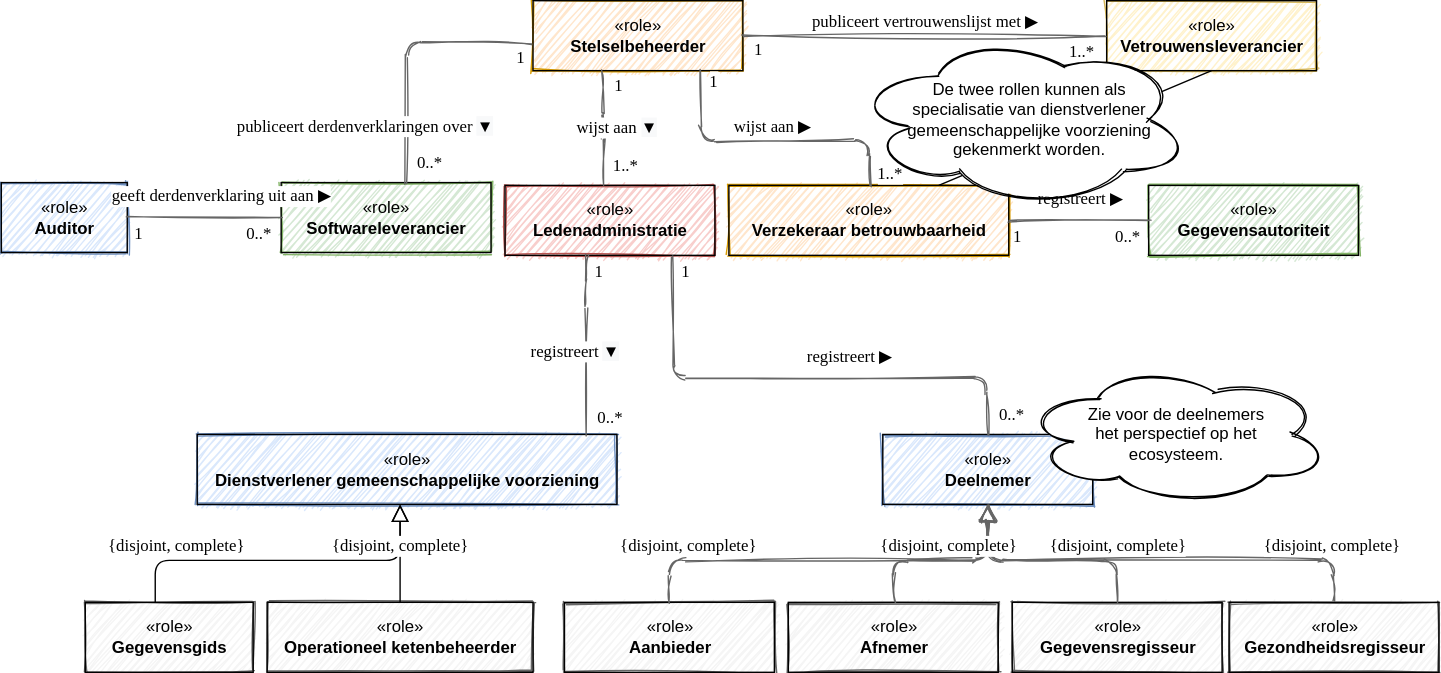
dizra/docs keeps this draw.io diagram as .gitbook/assets/actorcoherence.svg. Above is the earlier version. Source tidied: cells renumbered, new cells last; positions are measured from the earlier drawing's top-left corner, leaving out a move shared by most shapes.
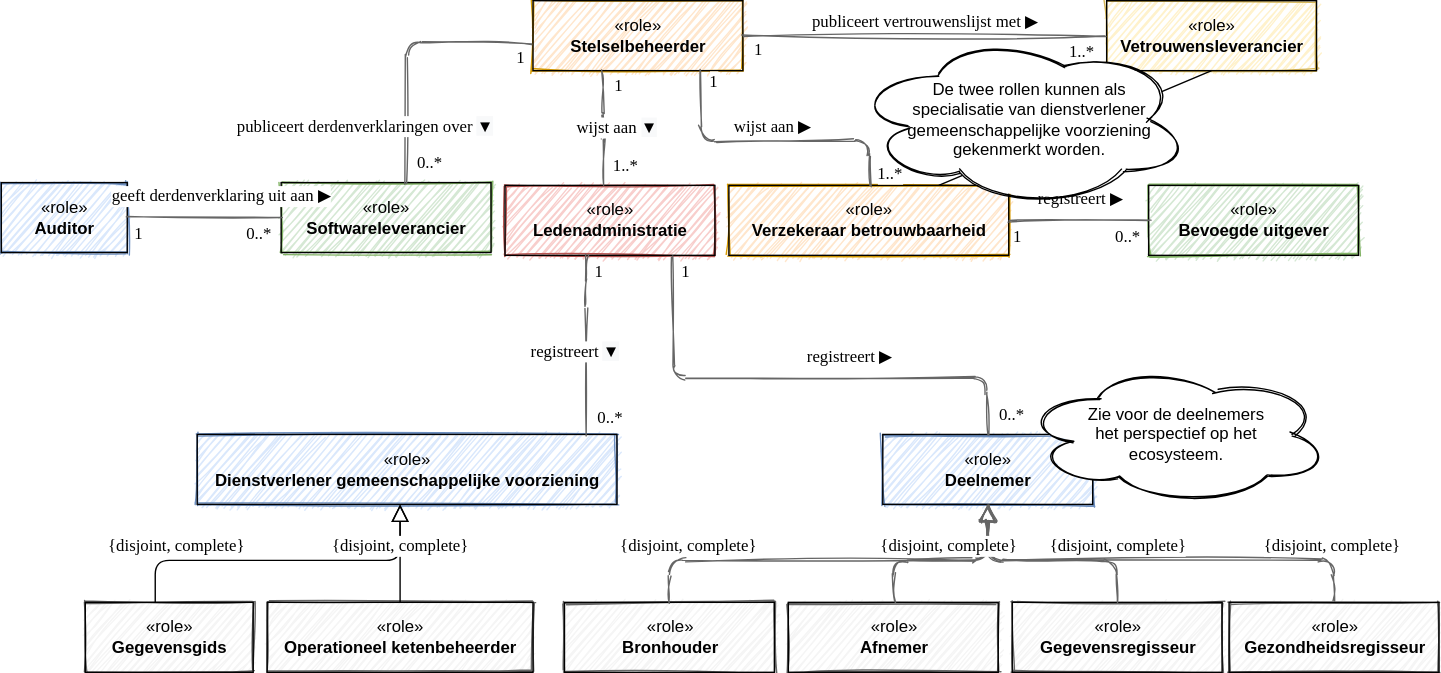
After the change.

What changed in the source:
```diff
@@ -29,7 +29,7 @@
     <mxCell id="10" style="fontStyle=0;align=center;verticalAlign=top;horizontal=1;startSize=49;labelBackgroundColor=none;sketch=1;fillColor=#f5f5f5;strokeColor=#666666;fontColor=#333333;" parent="1" vertex="1">
       <mxGeometry x="402.5" y="430" width="150" height="50" as="geometry" />
     </mxCell>
-    <mxCell id="11" value="&lt;span&gt;«role»&lt;br&gt;&lt;b&gt;Aanbieder&lt;/b&gt;&lt;/span&gt;" style="html=1;fillColor=none;labelBackgroundColor=none;" parent="10" vertex="1">
+    <mxCell id="11" value="&lt;span&gt;«role»&lt;br&gt;&lt;b&gt;Bronhouder&lt;/b&gt;&lt;/span&gt;" style="html=1;fillColor=none;labelBackgroundColor=none;" parent="10" vertex="1">
       <mxGeometry width="150" height="50" as="geometry" />
     </mxCell>
     <mxCell id="12" style="fontStyle=0;align=center;verticalAlign=top;horizontal=1;startSize=49;labelBackgroundColor=none;sketch=1;fillColor=#f5f5f5;strokeColor=#666666;fontColor=#333333;" parent="1" vertex="1">
@@ -205,7 +205,7 @@
     <mxCell id="46" style="fontStyle=0;align=center;verticalAlign=top;horizontal=1;startSize=49;labelBackgroundColor=none;sketch=1;fillColor=#d5e8d4;strokeColor=#82b366;" parent="1" vertex="1">
       <mxGeometry x="820" y="132" width="150" height="50" as="geometry" />
     </mxCell>
-    <mxCell id="47" value="&lt;span&gt;«role»&lt;br&gt;&lt;b&gt;Gegevensautoriteit&lt;/b&gt;&lt;/span&gt;" style="html=1;fillColor=none;labelBackgroundColor=none;" parent="46" vertex="1">
+    <mxCell id="47" value="&lt;span&gt;«role»&lt;br&gt;&lt;b&gt;Bevoegde uitgever&lt;/b&gt;&lt;br&gt;&lt;/span&gt;" style="html=1;fillColor=none;labelBackgroundColor=none;" parent="46" vertex="1">
       <mxGeometry width="150" height="50" as="geometry" />
     </mxCell>
     <mxCell id="48" value="registreert ▶︎" style="endArrow=none;endSize=10;endFill=0;html=1;fontFamily=Tahoma;fontSize=12;fontColor=#000000;edgeStyle=orthogonalEdgeStyle;sketch=1;fillColor=#f5f5f5;strokeColor=#666666;" parent="1" edge="1" source="37" target="47">
```
